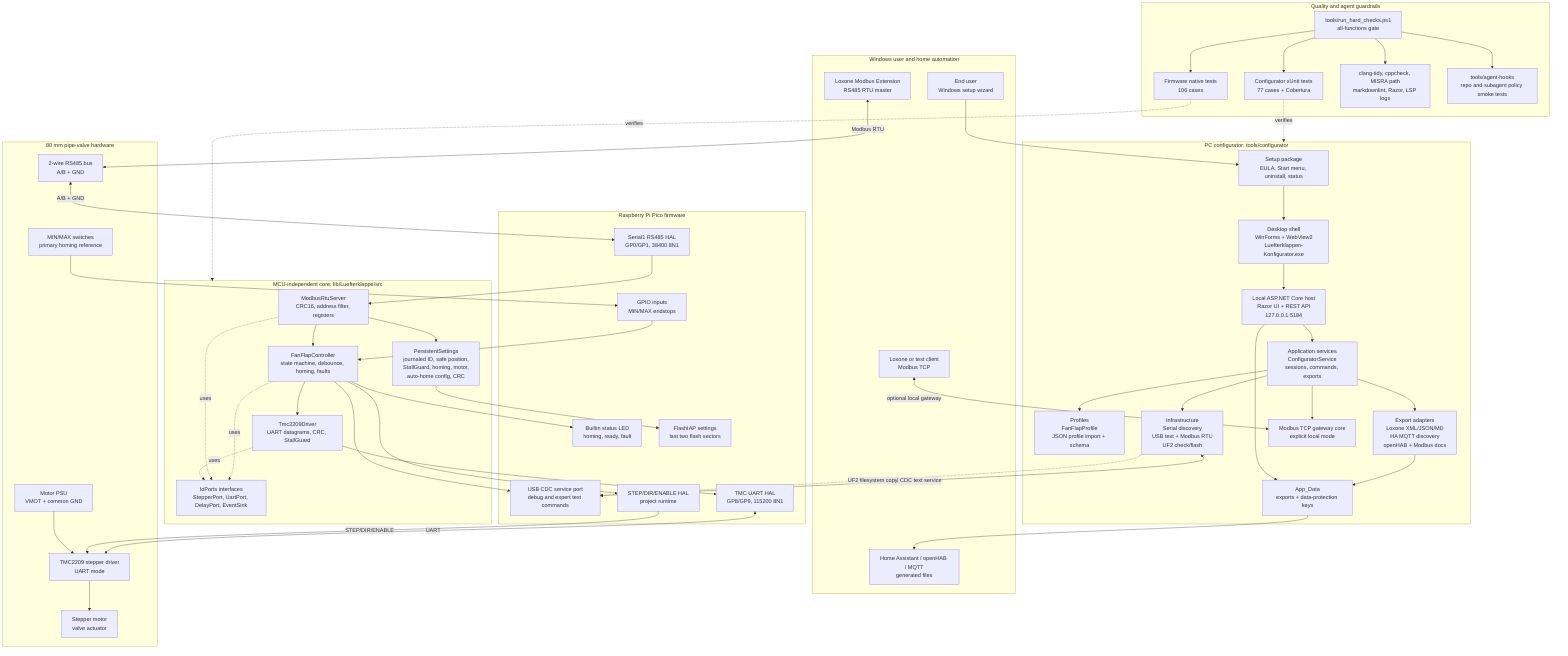
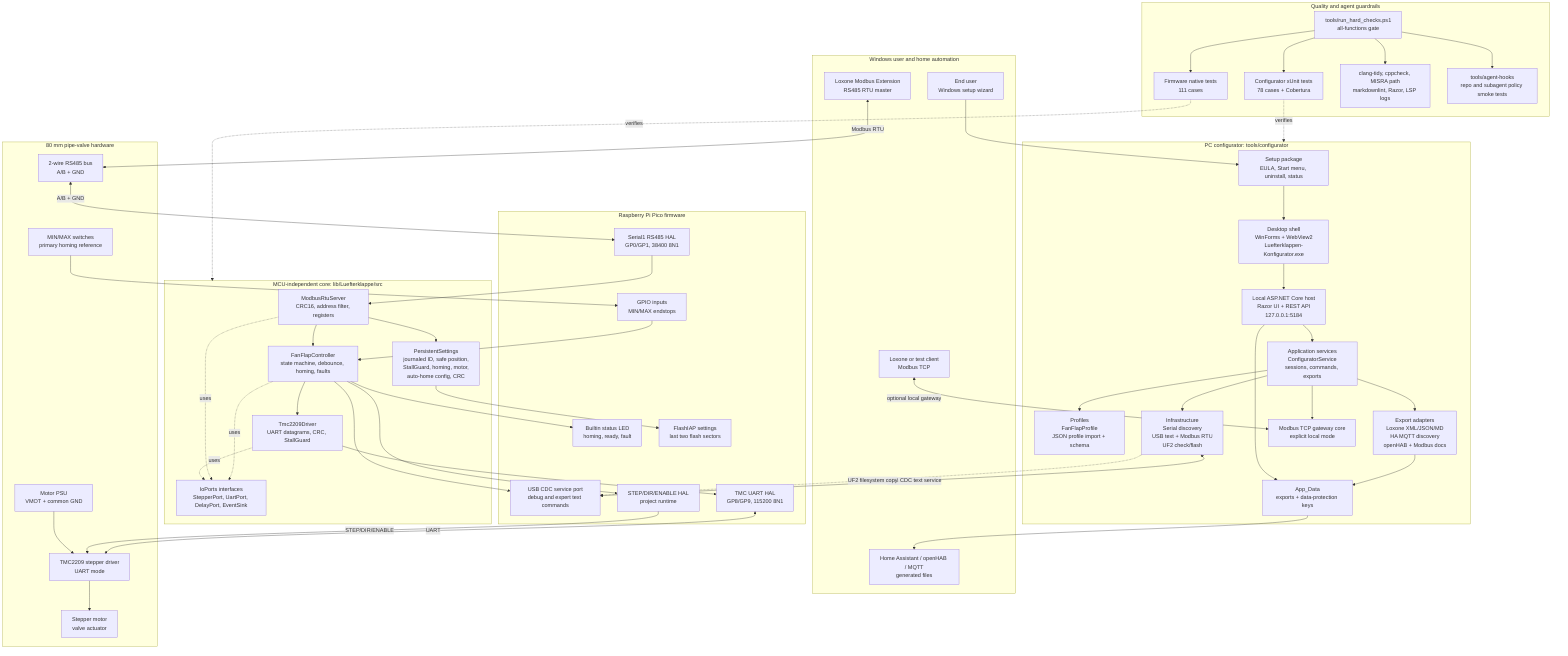
flowchart TB
  subgraph Home["Windows user and home automation"]
    User["End user<br/>Windows setup wizard"]
    LoxoneRtu["Loxone Modbus Extension<br/>RS485 RTU master"]
    LoxoneTcp["Loxone or test client<br/>Modbus TCP"]
    HomeExports["Home Assistant / openHAB / MQTT<br/>generated files"]
  end

  subgraph Configurator["PC configurator: tools/configurator"]
    Installer["Setup package<br/>EULA, Start menu, uninstall, status"]
    Desktop["Desktop shell<br/>WinForms + WebView2<br/>Luefterklappen-Konfigurator.exe"]
    Host["Local ASP.NET Core host<br/>Razor UI + REST API<br/>127.0.0.1:5184"]
    App["Application services<br/>ConfiguratorService<br/>sessions, commands, exports"]
    Profiles["Profiles<br/>FanFlapProfile<br/>JSON profile import + schema"]
    Adapters["Export adapters<br/>Loxone XML/JSON/MD<br/>HA MQTT discovery<br/>openHAB + Modbus docs"]
    Infra["Infrastructure<br/>Serial discovery<br/>USB text + Modbus RTU<br/>UF2 check/flash"]
    TcpGateway["Modbus TCP gateway core<br/>explicit local mode"]
    AppData["App_Data<br/>exports + data-protection keys"]
  end

  subgraph Firmware["Raspberry Pi Pico firmware"]
    Usb["USB CDC service port<br/>debug and expert text commands"]
    Rs485Hal["Serial1 RS485 HAL<br/>GP0/GP1, 38400 8N1"]
    TmcHal["TMC UART HAL<br/>GP8/GP9, 115200 8N1"]
    StepperHal["STEP/DIR/ENABLE HAL<br/>project runtime"]
    InputHal["GPIO inputs<br/>MIN/MAX endstops"]
    LedHal["Builtin status LED<br/>homing, ready, fault"]
    FlashHal["FlashIAP settings<br/>last two flash sectors"]
  end

  subgraph Core["MCU-independent core: lib/Luefterklappe/src"]
    Controller["FanFlapController<br/>state machine, debounce, homing, faults"]
    Modbus["ModbusRtuServer<br/>CRC16, address filter, registers"]
    Tmc["Tmc2209Driver<br/>UART datagrams, CRC, StallGuard"]
    Settings["PersistentSettings<br/>journaled ID, safe position,<br/>StallGuard, homing, motor,<br/>auto-home config, CRC"]
    Ports["IoPorts interfaces<br/>StepperPort, UartPort, DelayPort, EventSink"]
  end

  subgraph Hardware["80 mm pipe-valve hardware"]
    Rs485Bus["2-wire RS485 bus<br/>A/B + GND"]
    Driver["TMC2209 stepper driver<br/>UART mode"]
    Motor["Stepper motor<br/>valve actuator"]
    MinMax["MIN/MAX switches<br/>primary homing reference"]
    Psu["Motor PSU<br/>VMOT + common GND"]
  end

  subgraph Quality["Quality and agent guardrails"]
    HardGate["tools/run_hard_checks.ps1<br/>all-functions gate"]
-     FirmwareTests["Firmware native tests<br/>106 cases"]
-     ConfigTests["Configurator xUnit tests<br/>77 cases + Cobertura"]
+     FirmwareTests["Firmware native tests<br/>111 cases"]
+     ConfigTests["Configurator xUnit tests<br/>78 cases + Cobertura"]
    StaticChecks["clang-tidy, cppcheck, MISRA path<br/>markdownlint, Razor, LSP logs"]
    AgentHooks["tools/agent-hooks<br/>repo and subagent policy smoke tests"]
  end

  User --> Installer
  Installer --> Desktop
  Desktop --> Host
  Host --> App
  App --> Profiles
  App --> Adapters
  App --> Infra
  App --> TcpGateway
  Adapters --> AppData
  Host --> AppData
  AppData --> HomeExports
  LoxoneTcp <-->|"optional local gateway"| TcpGateway
  Infra <-->|"USB CDC text service"| Usb
  Infra -. "UF2 filesystem copy" .-> Usb

  LoxoneRtu <-->|"Modbus RTU"| Rs485Bus
  Rs485Bus <-->|"A/B + GND"| Rs485Hal
  Rs485Hal --> Modbus
  Modbus --> Controller
  Modbus --> Settings
  Settings --> FlashHal
  Controller --> StepperHal
  Controller --> Tmc
  Controller --> LedHal
  Tmc --> TmcHal
  TmcHal <-->|"UART"| Driver
  StepperHal -->|"STEP/DIR/ENABLE"| Driver
  Driver --> Motor
  Psu --> Driver
  MinMax --> InputHal
  InputHal --> Controller
  Controller --> Usb
  Controller -. uses .-> Ports
  Modbus -. uses .-> Ports
  Tmc -. uses .-> Ports

  HardGate --> FirmwareTests
  HardGate --> ConfigTests
  HardGate --> StaticChecks
  HardGate --> AgentHooks
  FirmwareTests -. verifies .-> Core
  ConfigTests -. verifies .-> Configurator
